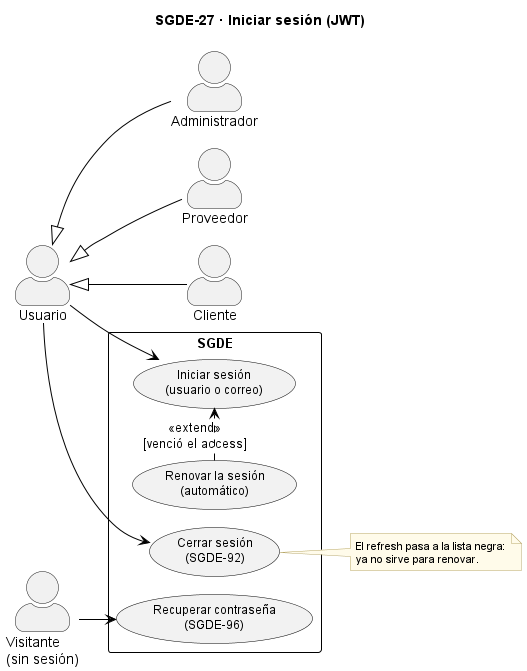
AndreCamx2/Gestion-De-Eventos keeps this PlantUML diagram as docs/casos_uso_sgde/SGDE-27_Iniciar_sesion.png. Above is the earlier version. Source of this version:
```plantuml
@startuml SGDE-27_Iniciar_sesion
!pragma layout smetana
left to right direction
skinparam backgroundColor white
skinparam usecase {
  BackgroundColor #F2F2F2
  BorderColor black
  FontSize 12
}
skinparam rectangle {
  BorderColor black
  FontSize 13
  FontStyle bold
}
skinparam note {
  BackgroundColor #FFFBEA
  BorderColor #B8A86B
  FontSize 11
}
skinparam ArrowColor black
skinparam actorStyle awesome
title SGDE-27 · Iniciar sesión (JWT)

actor "Usuario" as US
actor "Administrador" as AD
actor "Proveedor" as PR
actor "Cliente" as CL
actor "Visitante\n(sin sesión)" as VI

AD -up-|> US
PR -up-|> US
CL -up-|> US

rectangle "SGDE" {
  usecase "Iniciar sesión\n(usuario o correo)" as UC1
  usecase "Renovar la sesión\n(automático)" as UC2
  usecase "Cerrar sesión\n(SGDE-92)" as UC3
  usecase "Recuperar contraseña\n(SGDE-96)" as UC4
}

US --> UC1
US --> UC3
VI --> UC4
UC2 .> UC1 : <<extend>>\n[venció el access]

note right of UC3
  El refresh pasa a la lista negra:
  ya no sirve para renovar.
end note
@enduml
```
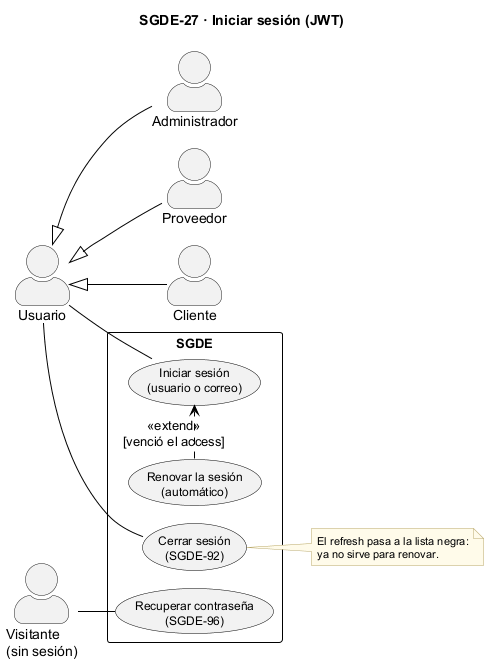
The same diagram one commit later.

What changed in the source:
```diff
@@ -38,9 +38,9 @@
   usecase "Recuperar contraseña\n(SGDE-96)" as UC4
 }
 
-US --> UC1
-US --> UC3
-VI --> UC4
+US -- UC1
+US -- UC3
+VI -- UC4
 UC2 .> UC1 : <<extend>>\n[venció el access]
 
 note right of UC3
```
